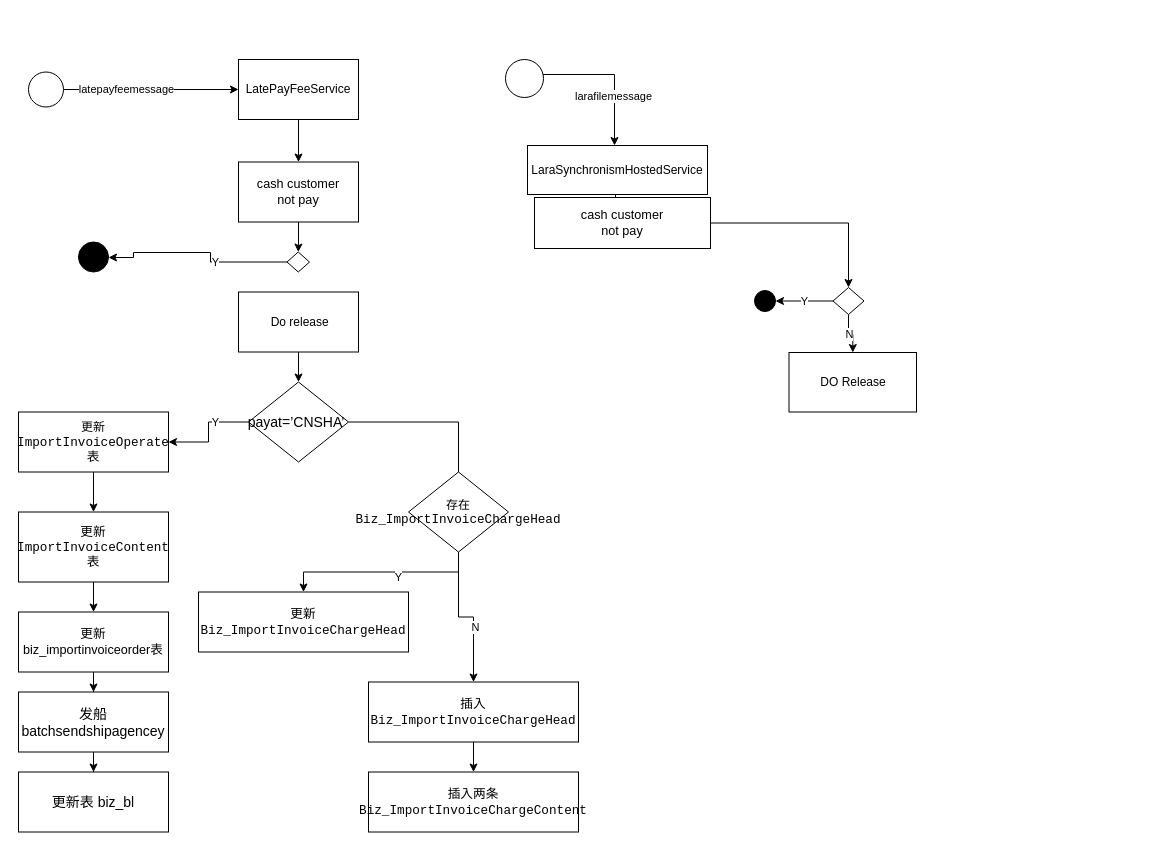
yi2003/diagram keeps this draw.io diagram as dorelease_controlflow.drawio. Above is the earlier version. Source tidied: cells renumbered, new cells numbered last; positions are measured from the earlier drawing's top-left corner, leaving out a move shared by most shapes. Both pictures are drawn from the tidied source at 100%, with x=0, y=0 at pixel (18, 59).
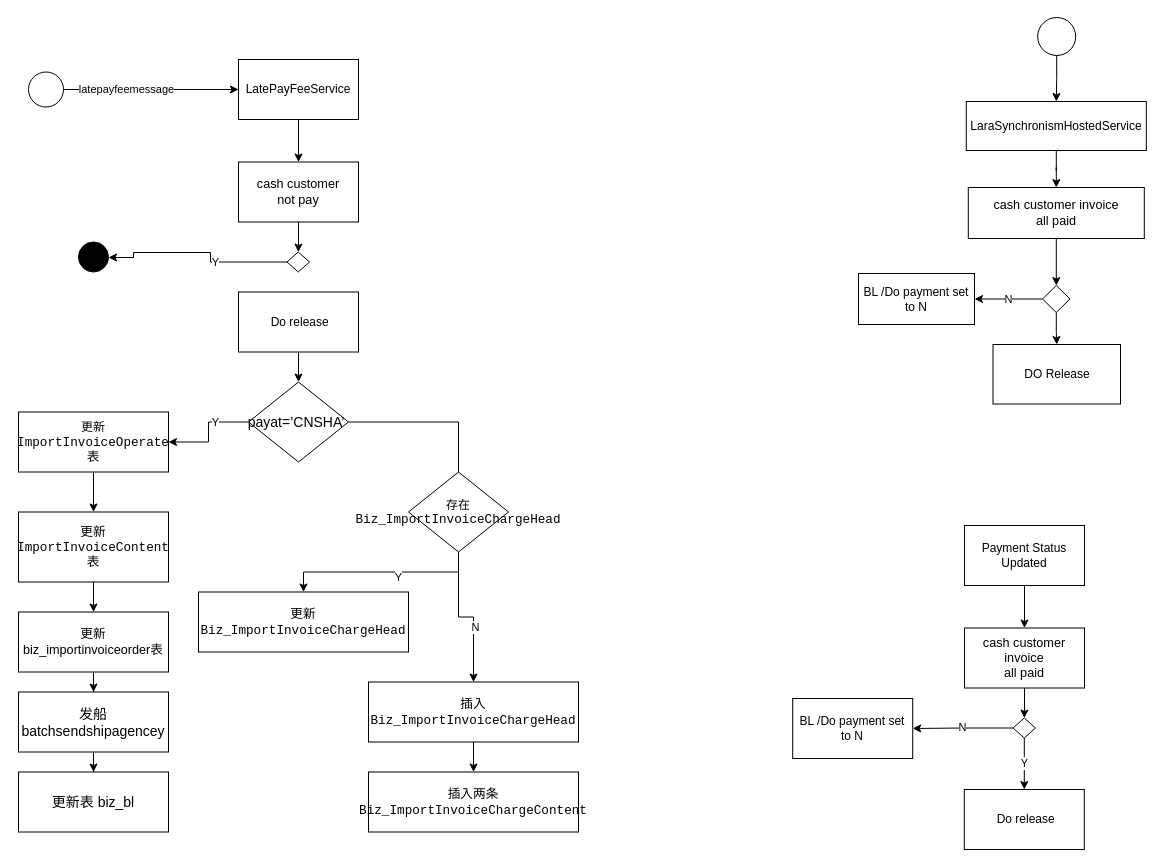
After the change.

The edit, as a diff of the source:
```diff
@@
-    <mxCell id="37" style="edgeStyle=orthogonalEdgeStyle;rounded=0;jettySize=auto;html=1;" parent="1" edge="1" source="39">
-      <mxGeometry relative="1" as="geometry">
-        <mxPoint x="596" y="86" as="targetPoint" />
-        <Array as="points">
-          <mxPoint x="596" y="15" />
-        </Array>
-      </mxGeometry>
-    </mxCell>
-    <mxCell id="38" value="larafilemessage" style="edgeLabel;html=1;align=center;verticalAlign=middle;" parent="37" vertex="1">
-      <mxGeometry x="0.3" y="-2" relative="1" as="geometry" />
-    </mxCell>
+    <mxCell id="49" style="edgeStyle=orthogonalEdgeStyle;rounded=0;jettySize=auto;html=1;" parent="1" edge="1" source="39" target="41">
+      <mxGeometry relative="1" as="geometry" />
+    </mxCell>
     <mxCell id="39" style="ellipse;whiteSpace=wrap;html=1;" parent="1" vertex="1">
-      <mxGeometry x="487" width="38" height="38" as="geometry" />
+      <mxGeometry x="1019.2" y="-42" width="38" height="38" as="geometry" />
     </mxCell>
-    <mxCell id="40" style="edgeStyle=orthogonalEdgeStyle;rounded=0;orthogonalLoop=1;jettySize=auto;html=1;" parent="1" edge="1">
-      <mxGeometry relative="1" as="geometry">
-        <mxPoint x="597" y="135" as="sourcePoint" />
-        <mxPoint x="597" y="163" as="targetPoint" />
-        <Array as="points">
-          <mxPoint x="597" y="146" />
-          <mxPoint x="597" y="146" />
-        </Array>
-      </mxGeometry>
-    </mxCell>
+    <mxCell id="50" style="edgeStyle=orthogonalEdgeStyle;rounded=0;jettySize=auto;html=1;" parent="1" edge="1" source="41" target="43">
+      <mxGeometry relative="1" as="geometry" />
+    </mxCell>
     <mxCell id="41" value="LaraSynchronismHostedService" style="rounded=0;whiteSpace=wrap;html=1;" parent="1" vertex="1">
-      <mxGeometry x="509" y="86" width="180" height="49" as="geometry" />
+      <mxGeometry x="947.8" y="42" width="180" height="49" as="geometry" />
     </mxCell>
@@
-    <mxCell id="43" value="&lt;span style=&quot;font-size: 9.5pt; font-family: DengXian;&quot;&gt;cash customer &lt;br&gt;not pay&lt;/span&gt;" style="whiteSpace=wrap;html=1;" parent="1" vertex="1">
-      <mxGeometry x="516" y="138" width="176" height="51" as="geometry" />
+    <mxCell id="43" value="&lt;span style=&quot;font-family: DengXian; font-size: 12.6667px;&quot;&gt;cash customer invoice&lt;/span&gt;&lt;br style=&quot;font-family: DengXian; font-size: 12.6667px;&quot;&gt;&lt;span style=&quot;font-family: DengXian; font-size: 12.6667px;&quot;&gt;all paid&lt;/span&gt;" style="whiteSpace=wrap;html=1;" parent="1" vertex="1">
+      <mxGeometry x="949.8" y="128" width="176" height="51" as="geometry" />
     </mxCell>
+    <mxCell id="45" value="N" style="edgeStyle=orthogonalEdgeStyle;rounded=0;jettySize=auto;html=1;" parent="1" edge="1" source="46" target="60">
+      <mxGeometry relative="1" as="geometry" />
+    </mxCell>
+    <mxCell id="51" style="edgeStyle=orthogonalEdgeStyle;rounded=0;jettySize=auto;html=1;" parent="1" edge="1" source="46" target="48">
+      <mxGeometry relative="1" as="geometry" />
+    </mxCell>
+    <mxCell id="46" style="rhombus;whiteSpace=wrap;html=1;" parent="1" vertex="1">
+      <mxGeometry x="1024" y="226" width="27.5" height="27" as="geometry" />
+    </mxCell>
+    <mxCell id="48" value="DO Release" style="whiteSpace=wrap;html=1;" parent="1" vertex="1">
+      <mxGeometry x="974.5" y="285" width="127.5" height="59.5" as="geometry" />
+    </mxCell>
+    <mxCell id="52" style="edgeStyle=orthogonalEdgeStyle;rounded=0;jettySize=auto;html=1;" parent="1" edge="1" source="53" target="55">
+      <mxGeometry relative="1" as="geometry" />
+    </mxCell>
+    <mxCell id="53" value="Payment Status Updated" style="whiteSpace=wrap;html=1;" parent="1" vertex="1">
+      <mxGeometry x="946" y="466" width="120" height="60" as="geometry" />
+    </mxCell>
+    <mxCell id="54" style="edgeStyle=orthogonalEdgeStyle;rounded=0;jettySize=auto;html=1;" parent="1" edge="1" source="55" target="57">
+      <mxGeometry relative="1" as="geometry" />
+    </mxCell>
+    <mxCell id="55" value="&lt;span style=&quot;font-size: 9.5pt; font-family: DengXian;&quot;&gt;cash customer invoice&lt;br&gt;all paid&lt;/span&gt;" style="whiteSpace=wrap;html=1;" parent="1" vertex="1">
+      <mxGeometry x="946" y="568.5" width="120" height="60" as="geometry" />
+    </mxCell>
-    <mxCell id="44" value="Y" style="edgeStyle=orthogonalEdgeStyle;rounded=0;jettySize=auto;html=1;entryX=1;entryY=0.5;entryDx=0;entryDy=0;" parent="1" edge="1" source="46" target="47">
+    <mxCell id="44" value="Y" style="edgeStyle=orthogonalEdgeStyle;rounded=0;jettySize=auto;html=1;" parent="1" edge="1" source="57" target="58">
       <mxGeometry relative="1" as="geometry" />
     </mxCell>
-    <mxCell id="45" value="N" style="edgeStyle=orthogonalEdgeStyle;rounded=0;jettySize=auto;html=1;" parent="1" edge="1" source="46" target="48">
-      <mxGeometry relative="1" as="geometry" />
-    </mxCell>
-    <mxCell id="46" style="rhombus;whiteSpace=wrap;html=1;" parent="1" vertex="1">
-      <mxGeometry x="814.5" y="228" width="31" height="27" as="geometry" />
-    </mxCell>
-    <mxCell id="47" style="ellipse;whiteSpace=wrap;html=1;fillColor=#000000;" parent="1" vertex="1">
-      <mxGeometry x="736" y="231" width="21" height="21" as="geometry" />
-    </mxCell>
-    <mxCell id="48" value="DO Release" style="whiteSpace=wrap;html=1;" parent="1" vertex="1">
-      <mxGeometry x="770.5" y="293" width="127.5" height="59.5" as="geometry" />
-    </mxCell>
+    <mxCell id="56" value="N" style="edgeStyle=orthogonalEdgeStyle;rounded=0;jettySize=auto;html=1;entryX=1;entryY=0.5;entryDx=0;entryDy=0;" parent="1" edge="1" source="57" target="59">
+      <mxGeometry relative="1" as="geometry" />
+    </mxCell>
+    <mxCell id="57" style="rhombus;whiteSpace=wrap;html=1;" parent="1" vertex="1">
+      <mxGeometry x="994.5" y="658.5" width="22.5" height="20" as="geometry" />
+    </mxCell>
+    <mxCell id="58" value="&amp;nbsp;Do release" style="whiteSpace=wrap;html=1;" parent="1" vertex="1">
+      <mxGeometry x="945.8" y="730" width="120" height="60" as="geometry" />
+    </mxCell>
+    <mxCell id="59" value="BL /Do payment set to N" style="whiteSpace=wrap;html=1;" parent="1" vertex="1">
+      <mxGeometry x="774.2" y="639" width="120" height="60" as="geometry" />
+    </mxCell>
+    <mxCell id="60" value="BL /Do payment set to N" style="whiteSpace=wrap;html=1;" parent="1" vertex="1">
+      <mxGeometry x="840" y="214" width="116" height="51" as="geometry" />
+    </mxCell>
```
